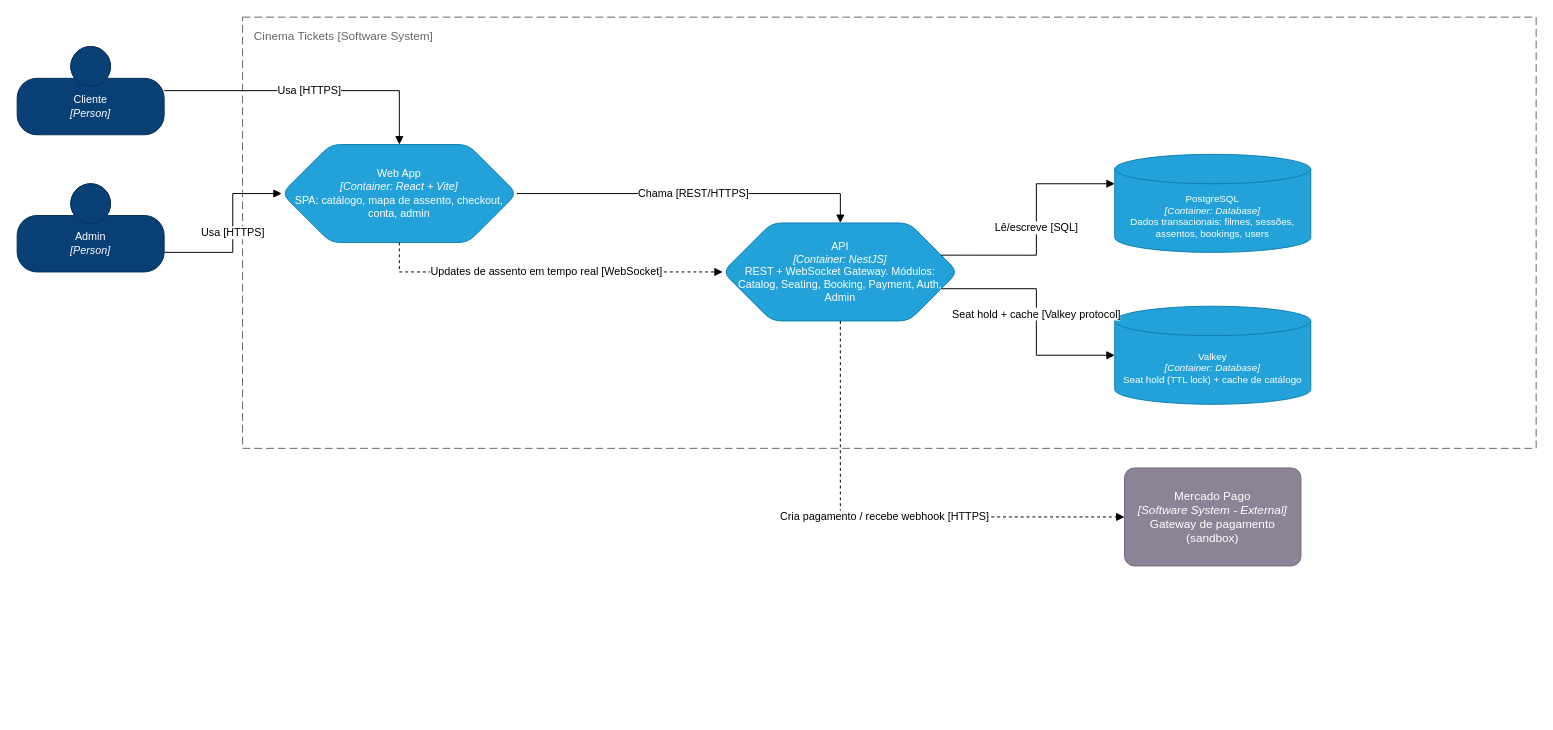
This is docs/c4/container.drawio from D4rkM/movietickets, a draw.io file, before an edit. Source tidied: cells renumbered, new cells numbered last; positions are measured from the earlier drawing's top-left corner, leaving out a move shared by most shapes. Both pictures are drawn from the tidied source at 98%, with x=0, y=0 at pixel (17, 17).
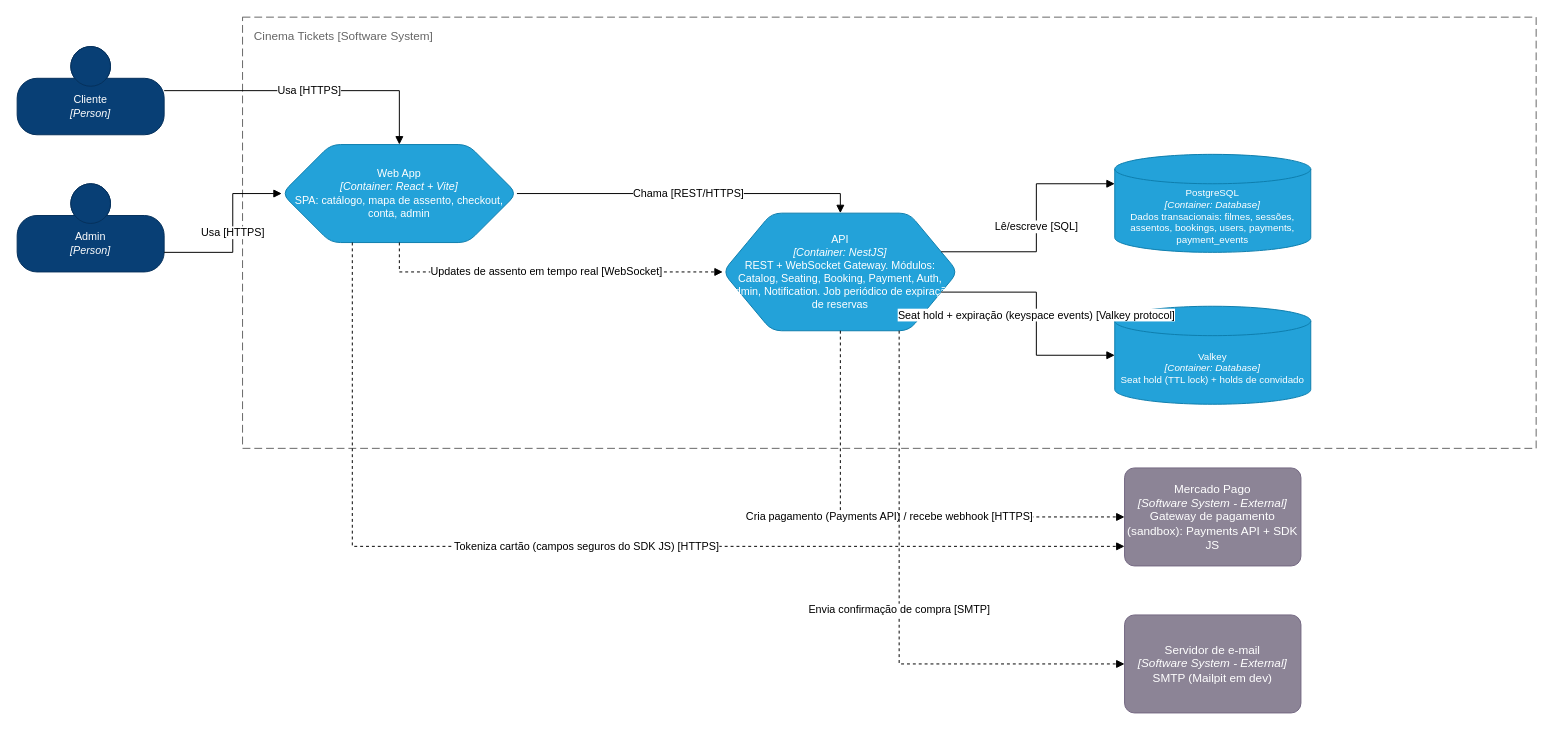
After the change.

The change refers to these unchanged cells:
```xml
<mxCell id="5" value="Web App&lt;br&gt;&lt;i&gt;[Container: React + Vite]&lt;/i&gt;&lt;br&gt;SPA: catálogo, mapa de assento, checkout, conta, admin" style="shape=hexagon;size=50;perimeter=hexagonPerimeter2;whiteSpace=wrap;html=1;fixedSize=1;rounded=1;labelBackgroundColor=none;fillColor=#23A2D9;fontSize=11;fontColor=#ffffff;align=center;strokeColor=#0E7DAD;points=[[0.5,0,0],[1,0.25,0],[1,0.5,0],[1,0.75,0],[0.5,1,0],[0,0.75,0],[0,0.5,0],[0,0.25,0]];" parent="1" vertex="1">
  <mxGeometry x="270" y="130" width="240" height="100" as="geometry" />
</mxCell>
```

Diff of the diagram source:
```diff
@@
-    <mxCell id="6" value="API&lt;br&gt;&lt;i&gt;[Container: NestJS]&lt;/i&gt;&lt;br&gt;REST + WebSocket Gateway. Módulos: Catalog, Seating, Booking, Payment, Auth, Admin" style="shape=hexagon;size=50;perimeter=hexagonPerimeter2;whiteSpace=wrap;html=1;fixedSize=1;rounded=1;labelBackgroundColor=none;fillColor=#23A2D9;fontSize=11;fontColor=#ffffff;align=center;strokeColor=#0E7DAD;points=[[0.5,0,0],[1,0.25,0],[1,0.5,0],[1,0.75,0],[0.5,1,0],[0,0.75,0],[0,0.5,0],[0,0.25,0]];" parent="1" vertex="1">
-      <mxGeometry x="720" y="210" width="240" height="100" as="geometry" />
+    <mxCell id="6" value="API&lt;br&gt;&lt;i&gt;[Container: NestJS]&lt;/i&gt;&lt;br&gt;REST + WebSocket Gateway. Módulos: Catalog, Seating, Booking, Payment, Auth, Admin, Notification. Job periódico de expiração de reservas" style="shape=hexagon;size=50;perimeter=hexagonPerimeter2;whiteSpace=wrap;html=1;fixedSize=1;rounded=1;labelBackgroundColor=none;fillColor=#23A2D9;fontSize=11;fontColor=#ffffff;align=center;strokeColor=#0E7DAD;points=[[0.5,0,0],[1,0.25,0],[1,0.5,0],[1,0.75,0],[0.5,1,0],[0,0.75,0],[0,0.5,0],[0,0.25,0]];" parent="1" vertex="1">
+      <mxGeometry x="720" y="200" width="240" height="120" as="geometry" />
     </mxCell>
-    <mxCell id="7" value="PostgreSQL&lt;br&gt;&lt;i&gt;[Container: Database]&lt;/i&gt;&lt;br&gt;Dados transacionais: filmes, sessões, assentos, bookings, users" style="shape=cylinder3;size=15;whiteSpace=wrap;html=1;boundedLbl=1;rounded=0;labelBackgroundColor=none;fillColor=#23A2D9;fontSize=10;fontColor=#ffffff;align=center;strokeColor=#0E7DAD;" parent="1" vertex="1">
+    <mxCell id="7" value="PostgreSQL&lt;br&gt;&lt;i&gt;[Container: Database]&lt;/i&gt;&lt;br&gt;Dados transacionais: filmes, sessões, assentos, bookings, users, payments, payment_events" style="shape=cylinder3;size=15;whiteSpace=wrap;html=1;boundedLbl=1;rounded=0;labelBackgroundColor=none;fillColor=#23A2D9;fontSize=10;fontColor=#ffffff;align=center;strokeColor=#0E7DAD;" parent="1" vertex="1">
       <mxGeometry x="1120" y="140" width="200" height="100" as="geometry" />
     </mxCell>
-    <mxCell id="8" value="Valkey&lt;br&gt;&lt;i&gt;[Container: Database]&lt;/i&gt;&lt;br&gt;Seat hold (TTL lock) + cache de catálogo" style="shape=cylinder3;size=15;whiteSpace=wrap;html=1;boundedLbl=1;rounded=0;labelBackgroundColor=none;fillColor=#23A2D9;fontSize=10;fontColor=#ffffff;align=center;strokeColor=#0E7DAD;" parent="1" vertex="1">
+    <mxCell id="8" value="Valkey&lt;br&gt;&lt;i&gt;[Container: Database]&lt;/i&gt;&lt;br&gt;Seat hold (TTL lock) + holds de convidado" style="shape=cylinder3;size=15;whiteSpace=wrap;html=1;boundedLbl=1;rounded=0;labelBackgroundColor=none;fillColor=#23A2D9;fontSize=10;fontColor=#ffffff;align=center;strokeColor=#0E7DAD;" parent="1" vertex="1">
       <mxGeometry x="1120" y="295" width="200" height="100" as="geometry" />
     </mxCell>
-    <mxCell id="9" value="Mercado Pago&lt;br&gt;&lt;i&gt;[Software System - External]&lt;/i&gt;&lt;br&gt;Gateway de pagamento (sandbox)" style="rounded=1;whiteSpace=wrap;html=1;labelBackgroundColor=none;fillColor=#8C8496;fontColor=#ffffff;align=center;arcSize=10;strokeColor=#736782;points=[[0.25,0,0],[0.5,0,0],[0.75,0,0],[1,0.25,0],[1,0.5,0],[1,0.75,0],[0.75,1,0],[0.5,1,0],[0.25,1,0],[0,0.75,0],[0,0.5,0],[0,0.25,0]];" parent="1" vertex="1">
+    <mxCell id="9" value="Mercado Pago&lt;br&gt;&lt;i&gt;[Software System - External]&lt;/i&gt;&lt;br&gt;Gateway de pagamento (sandbox): Payments API + SDK JS" style="rounded=1;whiteSpace=wrap;html=1;labelBackgroundColor=none;fillColor=#8C8496;fontColor=#ffffff;align=center;arcSize=10;strokeColor=#736782;points=[[0.25,0,0],[0.5,0,0],[0.75,0,0],[1,0.25,0],[1,0.5,0],[1,0.75,0],[0.75,1,0],[0.5,1,0],[0.25,1,0],[0,0.75,0],[0,0.5,0],[0,0.25,0]];" parent="1" vertex="1">
       <mxGeometry x="1130" y="460" width="180" height="100" as="geometry" />
     </mxCell>
@@
-    <mxCell id="15" value="Seat hold + cache [Valkey protocol]" style="edgeStyle=orthogonalEdgeStyle;rounded=0;html=1;fontSize=11;endArrow=block;exitX=1;exitY=0.7;exitDx=0;exitDy=0;entryX=0;entryY=0.5;entryDx=0;entryDy=0;" parent="1" edge="1" source="6" target="8">
+    <mxCell id="15" value="Seat hold + expiração (keyspace events) [Valkey protocol]" style="edgeStyle=orthogonalEdgeStyle;rounded=0;html=1;fontSize=11;endArrow=block;exitX=1;exitY=0.7;exitDx=0;exitDy=0;entryX=0;entryY=0.5;entryDx=0;entryDy=0;" parent="1" edge="1" source="6" target="8">
       <mxGeometry relative="1" as="geometry" />
     </mxCell>
-    <mxCell id="16" value="Cria pagamento / recebe webhook [HTTPS]" style="edgeStyle=orthogonalEdgeStyle;rounded=0;html=1;fontSize=11;endArrow=block;dashed=1;exitX=0.5;exitY=1;exitDx=0;exitDy=0;entryX=0;entryY=0.5;entryDx=0;entryDy=0;entryPerimeter=0;" parent="1" edge="1" source="6" target="9">
+    <mxCell id="16" value="Cria pagamento (Payments API) / recebe webhook [HTTPS]" style="edgeStyle=orthogonalEdgeStyle;rounded=0;html=1;fontSize=11;endArrow=block;dashed=1;exitX=0.5;exitY=1;exitDx=0;exitDy=0;entryX=0;entryY=0.5;entryDx=0;entryDy=0;entryPerimeter=0;" parent="1" edge="1" source="6" target="9">
       <mxGeometry relative="1" as="geometry">
         <Array as="points">
           <mxPoint x="840" y="510" />
         </Array>
       </mxGeometry>
     </mxCell>
+    <mxCell id="17" value="Servidor de e-mail&lt;br&gt;&lt;i&gt;[Software System - External]&lt;/i&gt;&lt;br&gt;SMTP (Mailpit em dev)" style="rounded=1;whiteSpace=wrap;html=1;labelBackgroundColor=none;fillColor=#8C8496;fontColor=#ffffff;align=center;arcSize=10;strokeColor=#736782;points=[[0.25,0,0],[0.5,0,0],[0.75,0,0],[1,0.25,0],[1,0.5,0],[1,0.75,0],[0.75,1,0],[0.5,1,0],[0.25,1,0],[0,0.75,0],[0,0.5,0],[0,0.25,0]];" parent="1" vertex="1">
+      <mxGeometry x="1130" y="610" width="180" height="100" as="geometry" />
+    </mxCell>
+    <mxCell id="18" value="Tokeniza cartão (campos seguros do SDK JS) [HTTPS]" style="edgeStyle=orthogonalEdgeStyle;rounded=0;html=1;fontSize=11;endArrow=block;dashed=1;exitX=0.3;exitY=1;exitDx=0;exitDy=0;exitPerimeter=0;entryX=0;entryY=0.8;entryDx=0;entryDy=0;entryPerimeter=0;" parent="1" edge="1" source="5" target="9">
+      <mxGeometry relative="1" as="geometry">
+        <Array as="points">
+          <mxPoint x="342" y="540" />
+        </Array>
+      </mxGeometry>
+    </mxCell>
+    <mxCell id="19" value="Envia confirmação de compra [SMTP]" style="edgeStyle=orthogonalEdgeStyle;rounded=0;html=1;fontSize=11;endArrow=block;dashed=1;exitX=0.75;exitY=1;exitDx=0;exitDy=0;exitPerimeter=0;entryX=0;entryY=0.5;entryDx=0;entryDy=0;entryPerimeter=0;" parent="1" edge="1" source="6" target="17">
+      <mxGeometry relative="1" as="geometry">
+        <Array as="points">
+          <mxPoint x="900" y="660" />
+        </Array>
+      </mxGeometry>
+    </mxCell>
```
